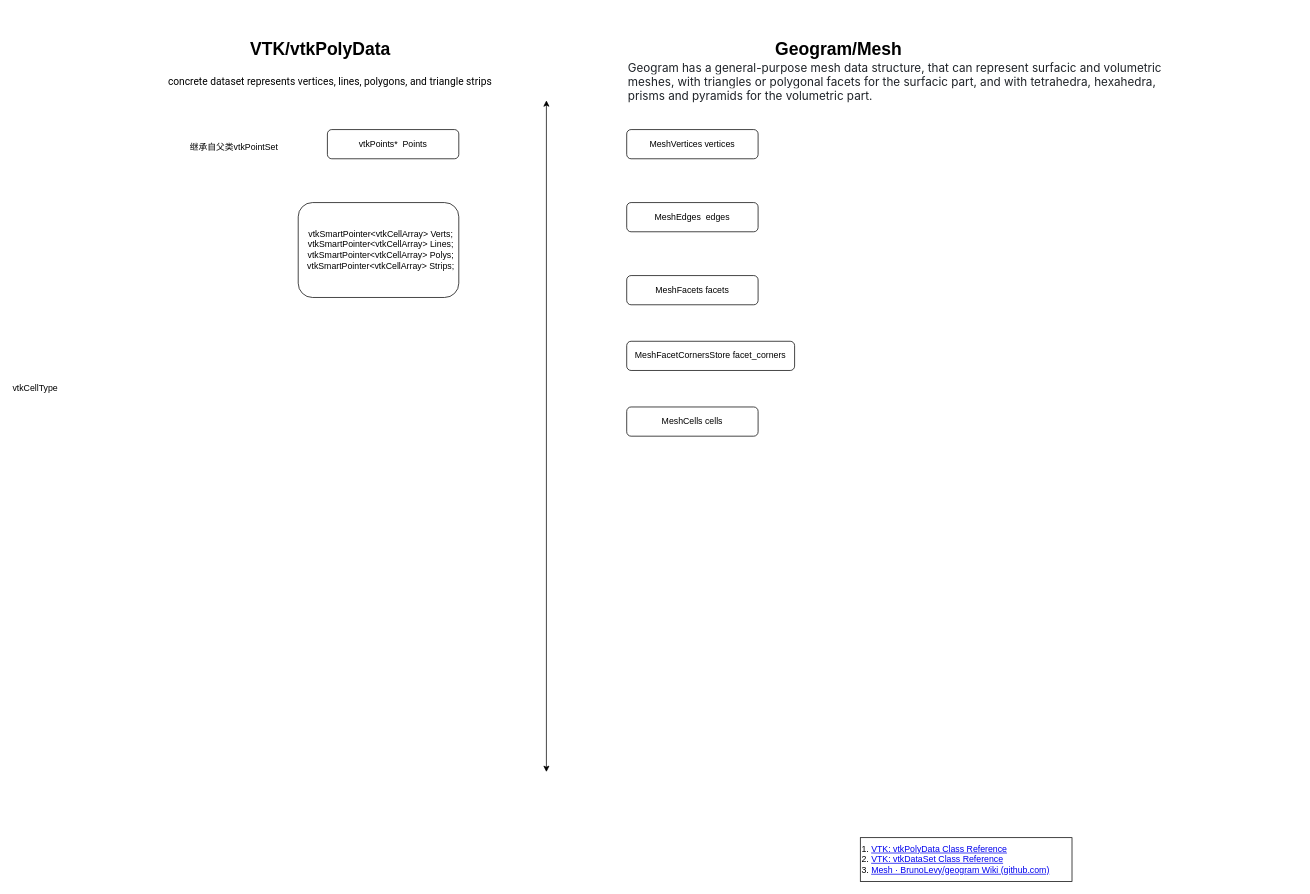
cedarz/geogram keeps this draw.io diagram as gram/mesh.drawio. Above is the earlier version. Source tidied: cells renumbered, new cells numbered last; positions are measured from the earlier drawing's top-left corner, leaving out a move shared by most shapes. Both pictures are drawn from the tidied source at 73%, with x=0, y=0 at pixel (13, 34).
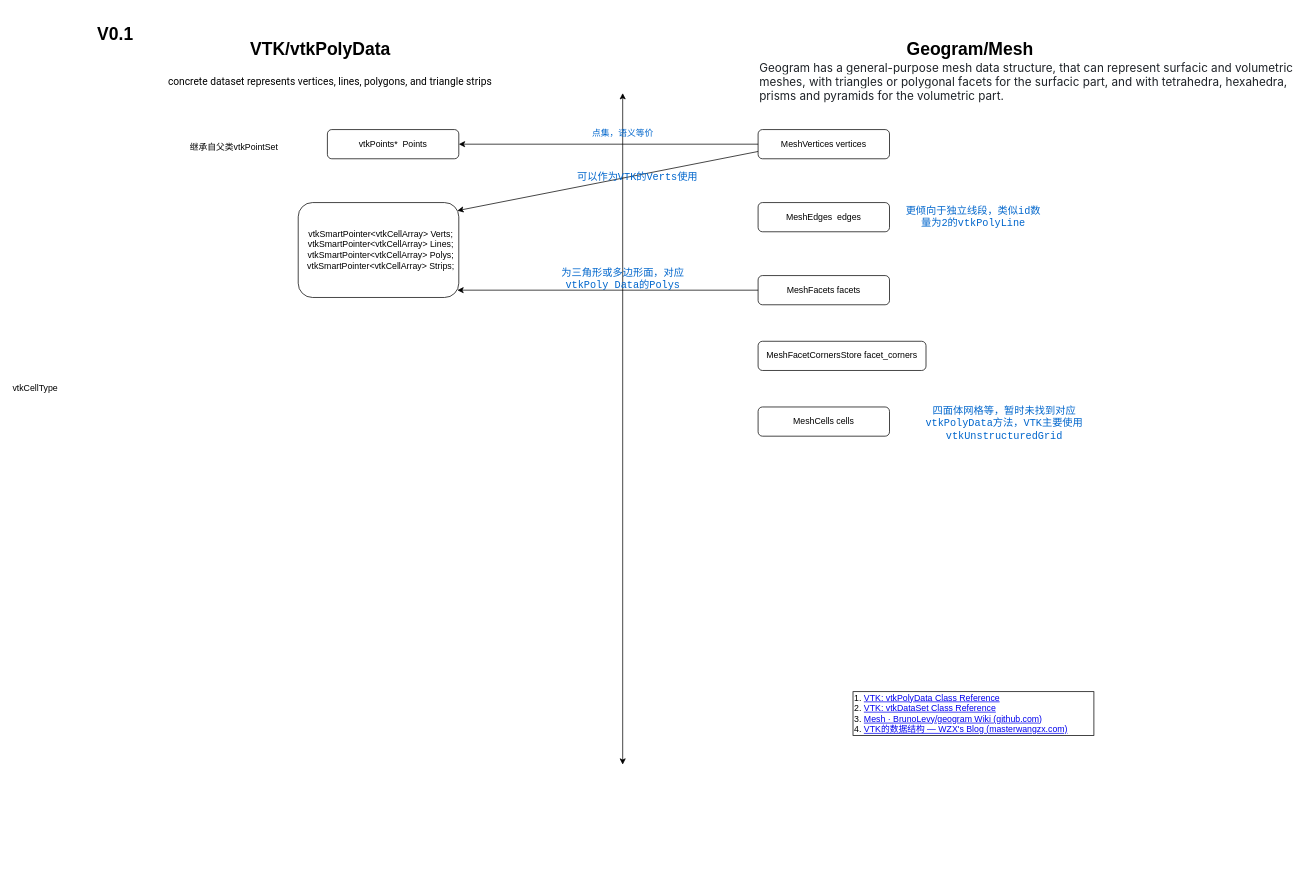
After the change.

The change refers to these unchanged cells:
```xml
<mxCell id="8" value="vtkPoints*&amp;nbsp; Points" style="rounded=1;whiteSpace=wrap;html=1;fillColor=none;" parent="1" vertex="1">
  <mxGeometry x="430" y="130" width="180" height="40" as="geometry" />
</mxCell>
<mxCell id="14" value="&lt;div&gt;&amp;nbsp; vtkSmartPointer&amp;lt;vtkCellArray&amp;gt; Verts;&lt;/div&gt;&lt;div&gt;&amp;nbsp; vtkSmartPointer&amp;lt;vtkCellArray&amp;gt; Lines;&lt;/div&gt;&lt;div&gt;&amp;nbsp; vtkSmartPointer&amp;lt;vtkCellArray&amp;gt; Polys;&lt;/div&gt;&lt;div&gt;&amp;nbsp; vtkSmartPointer&amp;lt;vtkCellArray&amp;gt; Strips;&lt;/div&gt;" style="rounded=1;whiteSpace=wrap;html=1;fillColor=none;" parent="1" vertex="1">
  <mxGeometry x="390" y="230" width="220" height="130" as="geometry" />
</mxCell>
```

Diff of the diagram source:
```diff
@@
     <mxCell id="2" style="endArrow=classic;startArrow=classic;html=1;rounded=0;" parent="1" edge="1">
       <mxGeometry relative="1" as="geometry">
-        <mxPoint x="730" y="1010" as="sourcePoint" />
-        <mxPoint x="730" y="90" as="targetPoint" />
+        <mxPoint x="834.5" y="1000" as="sourcePoint" />
+        <mxPoint x="834.5" y="80" as="targetPoint" />
       </mxGeometry>
     </mxCell>
+    <mxCell id="18" style="edgeStyle=orthogonalEdgeStyle;rounded=0;jettySize=auto;html=1;exitX=0;exitY=0.5;exitDx=0;exitDy=0;entryX=1;entryY=0.5;entryDx=0;entryDy=0;" parent="1" edge="1" source="3" target="8">
+      <mxGeometry relative="1" as="geometry" />
+    </mxCell>
     <mxCell id="3" value="MeshVertices&amp;nbsp;vertices" style="rounded=1;whiteSpace=wrap;html=1;fillColor=none;" parent="1" vertex="1">
-      <mxGeometry x="840" y="130" width="180" height="40" as="geometry" />
+      <mxGeometry x="1020" y="130" width="180" height="40" as="geometry" />
     </mxCell>
@@
     <mxCell id="5" value="MeshEdges&amp;nbsp; edges" style="rounded=1;whiteSpace=wrap;html=1;fillColor=none;" parent="1" vertex="1">
-      <mxGeometry x="840" y="230" width="180" height="40" as="geometry" />
+      <mxGeometry x="1020" y="230" width="180" height="40" as="geometry" />
     </mxCell>
     <mxCell id="6" value="MeshFacets facets" style="rounded=1;whiteSpace=wrap;html=1;fillColor=none;" parent="1" vertex="1">
-      <mxGeometry x="840" y="330" width="180" height="40" as="geometry" />
+      <mxGeometry x="1020" y="330" width="180" height="40" as="geometry" />
     </mxCell>
     <mxCell id="7" value="MeshCells cells" style="rounded=1;whiteSpace=wrap;html=1;fillColor=none;" parent="1" vertex="1">
-      <mxGeometry x="840" y="510" width="180" height="40" as="geometry" />
+      <mxGeometry x="1020" y="510" width="180" height="40" as="geometry" />
     </mxCell>
@@
     <mxCell id="9" value="Geogram/Mesh" style="text;strokeColor=none;fillColor=none;html=1;fontSize=24;fontStyle=1;verticalAlign=middle;align=center;" parent="1" vertex="1">
-      <mxGeometry x="1080" width="100" height="40" as="geometry" />
+      <mxGeometry x="1260" width="100" height="40" as="geometry" />
     </mxCell>
@@
-    <mxCell id="11" value="1.&amp;nbsp;&lt;a href=&quot;https://vtk.org/doc/nightly/html/classvtkPolyData.html&quot;&gt;VTK: vtkPolyData Class Reference&lt;/a&gt;&lt;div&gt;2.&amp;nbsp;&lt;a href=&quot;https://vtk.org/doc/nightly/html/classvtkDataSet.html&quot;&gt;VTK: vtkDataSet Class Reference&lt;/a&gt;&lt;br&gt;&lt;div&gt;3.&amp;nbsp;&lt;a style=&quot;background-color: initial;&quot; href=&quot;https://github.com/BrunoLevy/geogram/wiki/Mesh&quot;&gt;Mesh · BrunoLevy/geogram Wiki (github.com)&lt;/a&gt;&lt;/div&gt;&lt;/div&gt;" style="rounded=0;whiteSpace=wrap;html=1;align=left;" parent="1" vertex="1">
-      <mxGeometry x="1160" y="1100" width="290" height="60" as="geometry" />
+    <mxCell id="11" value="1.&amp;nbsp;&lt;a href=&quot;https://vtk.org/doc/nightly/html/classvtkPolyData.html&quot;&gt;VTK: vtkPolyData Class Reference&lt;/a&gt;&lt;div&gt;2.&amp;nbsp;&lt;a href=&quot;https://vtk.org/doc/nightly/html/classvtkDataSet.html&quot;&gt;VTK: vtkDataSet Class Reference&lt;/a&gt;&lt;br&gt;&lt;div&gt;3.&amp;nbsp;&lt;a style=&quot;background-color: initial;&quot; href=&quot;https://github.com/BrunoLevy/geogram/wiki/Mesh&quot;&gt;Mesh · BrunoLevy/geogram Wiki (github.com)&lt;/a&gt;&lt;/div&gt;&lt;/div&gt;&lt;div&gt;4.&amp;nbsp;&lt;a style=&quot;background-color: initial;&quot; href=&quot;https://masterwangzx.com/2018/10/23/vtk-data-structure/&quot;&gt;VTK的数据结构 — WZX's Blog (masterwangzx.com)&lt;/a&gt;&lt;/div&gt;" style="rounded=0;whiteSpace=wrap;html=1;align=left;" parent="1" vertex="1">
+      <mxGeometry x="1150" y="900" width="330" height="60" as="geometry" />
     </mxCell>
@@
     <mxCell id="13" value="MeshFacetCornersStore facet_corners" style="rounded=1;whiteSpace=wrap;html=1;fillColor=none;" parent="1" vertex="1">
-      <mxGeometry x="840" y="420" width="230" height="40" as="geometry" />
+      <mxGeometry x="1020" y="420" width="230" height="40" as="geometry" />
     </mxCell>
@@
     <mxCell id="16" value="&lt;span style=&quot;color: rgb(31, 35, 40); font-family: -apple-system, BlinkMacSystemFont, &amp;quot;Segoe UI&amp;quot;, &amp;quot;Noto Sans&amp;quot;, Helvetica, Arial, sans-serif, &amp;quot;Apple Color Emoji&amp;quot;, &amp;quot;Segoe UI Emoji&amp;quot;; font-size: 16px; background-color: rgb(255, 255, 255);&quot;&gt;Geogram has a general-purpose mesh data structure, that can represent surfacic and volumetric meshes, with triangles or polygonal facets for the surfacic part, and with tetrahedra, hexahedra, prisms and pyramids for the volumetric part.&lt;/span&gt;" style="text;html=1;align=left;verticalAlign=middle;whiteSpace=wrap;rounded=0;" parent="1" vertex="1">
-      <mxGeometry x="840" y="50" width="740" height="30" as="geometry" />
+      <mxGeometry x="1020" y="50" width="740" height="30" as="geometry" />
     </mxCell>
@@
+    <mxCell id="19" style="endArrow=classic;html=1;rounded=0;entryX=0.991;entryY=0.085;entryDx=0;entryDy=0;entryPerimeter=0;exitX=0;exitY=0.75;exitDx=0;exitDy=0;" parent="1" edge="1" source="3" target="14">
+      <mxGeometry relative="1" as="geometry" />
+    </mxCell>
+    <mxCell id="20" value="&lt;font color=&quot;#0066cc&quot; face=&quot;Courier New&quot;&gt;点集，语义等价&lt;/font&gt;" style="text;html=1;align=center;verticalAlign=middle;whiteSpace=wrap;rounded=0;" parent="1" vertex="1">
+      <mxGeometry x="770" y="120" width="130" height="30" as="geometry" />
+    </mxCell>
+    <mxCell id="21" value="&lt;font color=&quot;#0066cc&quot; style=&quot;font-size: 14px;&quot; face=&quot;Courier New&quot;&gt;可以作为VTK的Verts使用&lt;/font&gt;" style="text;html=1;align=center;verticalAlign=middle;whiteSpace=wrap;rounded=0;" parent="1" vertex="1">
+      <mxGeometry x="760" y="180" width="190" height="30" as="geometry" />
+    </mxCell>
+    <mxCell id="22" style="edgeStyle=orthogonalEdgeStyle;rounded=0;jettySize=auto;html=1;exitX=0;exitY=0.5;exitDx=0;exitDy=0;entryX=0.991;entryY=0.923;entryDx=0;entryDy=0;entryPerimeter=0;" parent="1" edge="1" source="6" target="14">
+      <mxGeometry relative="1" as="geometry" />
+    </mxCell>
+    <mxCell id="23" value="&lt;font color=&quot;#0066cc&quot; style=&quot;font-size: 14px;&quot; face=&quot;Courier New&quot;&gt;为三角形或多边形面，对应vtkPoly Data的Polys&lt;/font&gt;" style="text;html=1;align=center;verticalAlign=middle;whiteSpace=wrap;rounded=0;" parent="1" vertex="1">
+      <mxGeometry x="750" y="320" width="170" height="30" as="geometry" />
+    </mxCell>
+    <mxCell id="24" value="&lt;font face=&quot;Courier New&quot; color=&quot;#0066cc&quot;&gt;&lt;span style=&quot;font-size: 14px;&quot;&gt;更倾向于独立线段，类似id数量为2的vtkPolyLine&lt;/span&gt;&lt;/font&gt;" style="text;html=1;align=center;verticalAlign=middle;whiteSpace=wrap;rounded=0;" parent="1" vertex="1">
+      <mxGeometry x="1220" y="235" width="190" height="30" as="geometry" />
+    </mxCell>
+    <mxCell id="25" value="&lt;font face=&quot;Courier New&quot; color=&quot;#0066cc&quot;&gt;&lt;span style=&quot;font-size: 14px;&quot;&gt;四面体网格等，暂时未找到对应vtkPolyData方法，VTK主要使用vtkUnstructuredGrid&lt;/span&gt;&lt;/font&gt;" style="text;html=1;align=center;verticalAlign=middle;whiteSpace=wrap;rounded=0;" parent="1" vertex="1">
+      <mxGeometry x="1220" y="500" width="275" height="65" as="geometry" />
+    </mxCell>
+    <mxCell id="26" value="&lt;h1&gt;V0.1&lt;/h1&gt;" style="text;html=1;spacing=5;spacingTop=-20;whiteSpace=wrap;overflow=hidden;rounded=0;" parent="1" vertex="1">
+      <mxGeometry x="110" y="-20" width="70" height="40" as="geometry" />
+    </mxCell>
```
